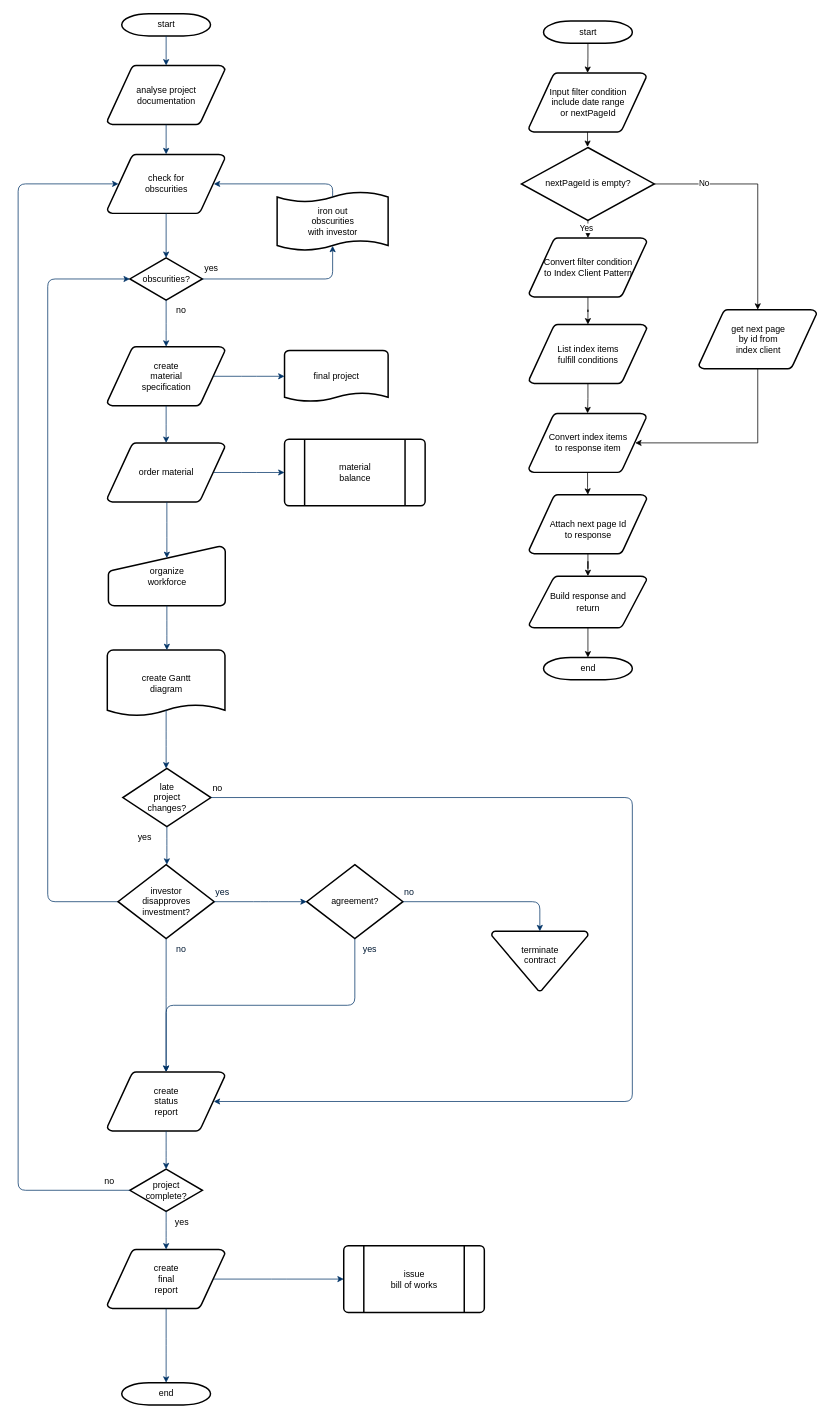
The draw.io diagram ListFeeTransaction.drawio in wang2gua/test, before the edit. Source tidied: cells renumbered, new cells numbered last; positions are measured from the earlier drawing's top-left corner, leaving out a move shared by most shapes. Both pictures are drawn from the tidied source at 74%, with x=0, y=0 at pixel (18, 13).
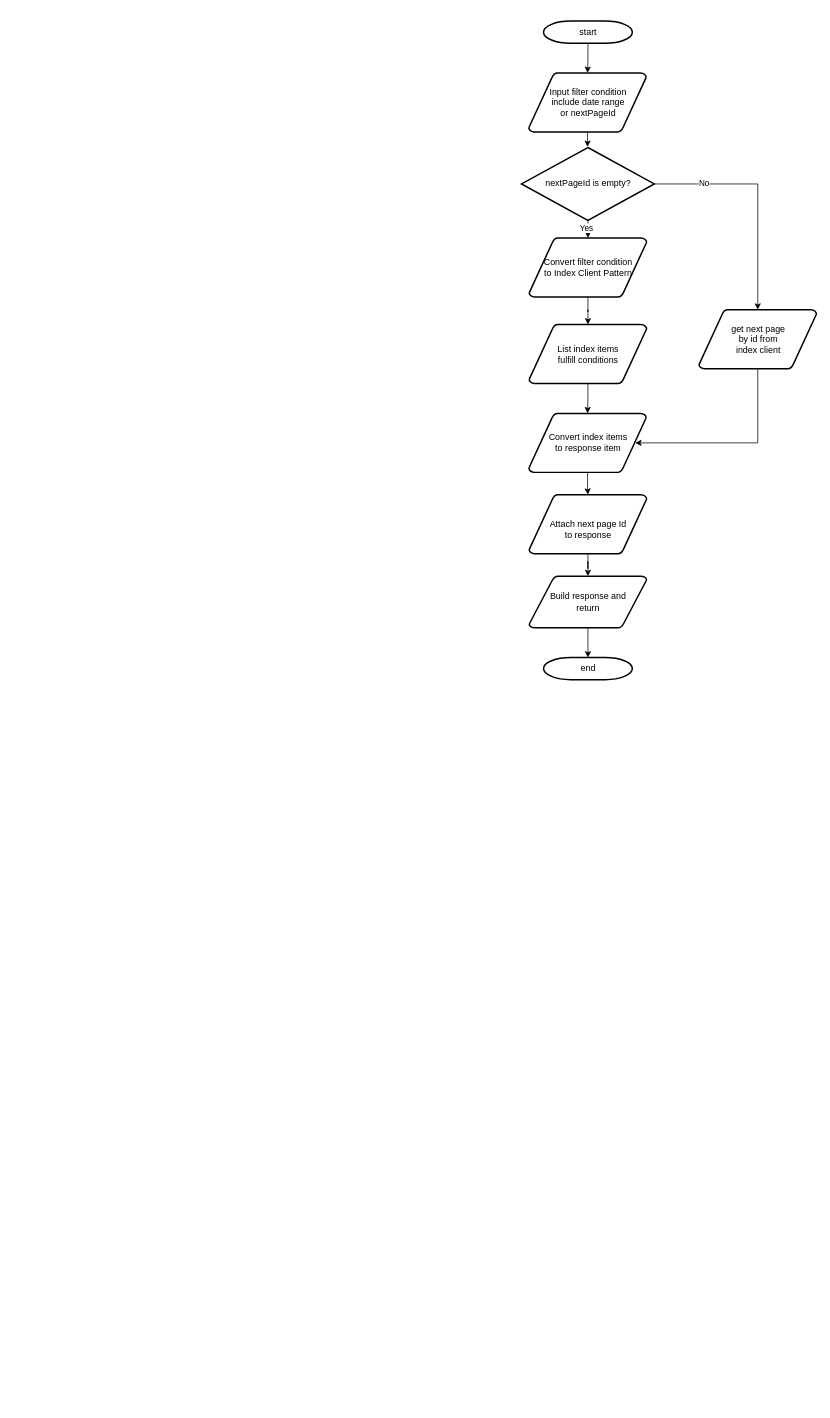
Above is the later version.

Change to the diagram source:
```diff
@@
-    <mxCell id="2" value="start" style="shape=mxgraph.flowchart.terminator;strokeWidth=2;gradientColor=none;gradientDirection=north;fontStyle=0;html=1;" parent="1" vertex="1">
-      <mxGeometry x="140" width="120" height="30" as="geometry" />
-    </mxCell>
-    <mxCell id="3" value="analyse project&#10; documentation" style="shape=mxgraph.flowchart.data;strokeWidth=2;gradientColor=none;gradientDirection=north;fontStyle=0;html=1;" parent="1" vertex="1">
-      <mxGeometry x="120.5" y="70" width="159" height="80" as="geometry" />
-    </mxCell>
-    <mxCell id="4" value="create&#10;material&#10;specification" style="shape=mxgraph.flowchart.data;strokeWidth=2;gradientColor=none;gradientDirection=north;fontStyle=0;html=1;" parent="1" vertex="1">
-      <mxGeometry x="120.5" y="450" width="159" height="80" as="geometry" />
-    </mxCell>
-    <mxCell id="5" value="check for&#10;obscurities" style="shape=mxgraph.flowchart.data;strokeWidth=2;gradientColor=none;gradientDirection=north;fontStyle=0;html=1;" parent="1" vertex="1">
-      <mxGeometry x="120.5" y="190" width="159" height="80" as="geometry" />
-    </mxCell>
-    <mxCell id="6" value="obscurities?" style="shape=mxgraph.flowchart.decision;strokeWidth=2;gradientColor=none;gradientDirection=north;fontStyle=0;html=1;" parent="1" vertex="1">
-      <mxGeometry x="151" y="330" width="98" height="57" as="geometry" />
-    </mxCell>
-    <mxCell id="7" style="fontStyle=1;strokeColor=#003366;strokeWidth=1;html=1;" parent="1" edge="1" source="2" target="3">
-      <mxGeometry relative="1" as="geometry" />
-    </mxCell>
-    <mxCell id="8" style="fontStyle=1;strokeColor=#003366;strokeWidth=1;html=1;" parent="1" edge="1" source="3" target="5">
-      <mxGeometry relative="1" as="geometry" />
-    </mxCell>
-    <mxCell id="9" style="entryX=0.5;entryY=0;entryPerimeter=0;fontStyle=1;strokeColor=#003366;strokeWidth=1;html=1;" parent="1" edge="1" source="5" target="6">
-      <mxGeometry relative="1" as="geometry" />
-    </mxCell>
-    <mxCell id="10" style="edgeStyle=elbowEdgeStyle;elbow=horizontal;entryX=0.5;entryY=0.91;entryPerimeter=0;exitX=1;exitY=0.5;exitPerimeter=0;fontStyle=1;strokeColor=#003366;strokeWidth=1;html=1;" parent="1" edge="1" source="6" target="51">
-      <mxGeometry x="381" y="28.5" as="geometry">
-        <Array as="points">
-          <mxPoint x="425" y="340" />
-        </Array>
-      </mxGeometry>
-    </mxCell>
-    <mxCell id="11" value="yes" style="text;fontStyle=0;html=1;strokeColor=none;gradientColor=none;fillColor=none;strokeWidth=2;" parent="1" vertex="1">
-      <mxGeometry x="250" y="330" width="40" height="26" as="geometry" />
-    </mxCell>
-    <mxCell id="12" style="edgeStyle=elbowEdgeStyle;elbow=horizontal;fontColor=#001933;fontStyle=1;strokeColor=#003366;strokeWidth=1;html=1;" parent="1" edge="1" source="6" target="4">
-      <mxGeometry as="geometry" />
-    </mxCell>
-    <mxCell id="13" value="order material" style="shape=mxgraph.flowchart.data;strokeWidth=2;gradientColor=none;gradientDirection=north;fontStyle=0;html=1;" parent="1" vertex="1">
-      <mxGeometry x="120.5" y="580" width="159" height="80" as="geometry" />
-    </mxCell>
-    <mxCell id="14" value="no" style="text;fontStyle=0;html=1;strokeColor=none;gradientColor=none;fillColor=none;strokeWidth=2;align=center;" parent="1" vertex="1">
-      <mxGeometry x="200" y="387" width="40" height="26" as="geometry" />
-    </mxCell>
-    <mxCell id="15" value="final project" style="shape=mxgraph.flowchart.document;strokeWidth=2;gradientColor=none;gradientDirection=north;fontStyle=0;html=1;" parent="1" vertex="1">
-      <mxGeometry x="360" y="455" width="140" height="70" as="geometry" />
-    </mxCell>
-    <mxCell id="16" style="edgeStyle=elbowEdgeStyle;elbow=horizontal;exitX=0.905;exitY=0.5;exitPerimeter=0;fontStyle=1;strokeColor=#003366;strokeWidth=1;html=1;" parent="1" edge="1" source="4" target="15">
-      <mxGeometry as="geometry" />
-    </mxCell>
-    <mxCell id="17" style="edgeStyle=elbowEdgeStyle;elbow=horizontal;fontStyle=1;strokeColor=#003366;strokeWidth=1;html=1;" parent="1" edge="1" source="4" target="13">
-      <mxGeometry as="geometry" />
-    </mxCell>
-    <mxCell id="18" value="material&#10;balance" style="shape=mxgraph.flowchart.predefined_process;strokeWidth=2;gradientColor=none;gradientDirection=north;fontStyle=0;html=1;" parent="1" vertex="1">
-      <mxGeometry x="360" y="575" width="190" height="90" as="geometry" />
-    </mxCell>
-    <mxCell id="19" style="edgeStyle=elbowEdgeStyle;elbow=horizontal;exitX=0.905;exitY=0.5;exitPerimeter=0;fontStyle=1;strokeColor=#003366;strokeWidth=1;html=1;" parent="1" edge="1" source="13" target="18">
-      <mxGeometry as="geometry" />
-    </mxCell>
-    <mxCell id="20" value="organize &#10;workforce" style="shape=mxgraph.flowchart.manual_input;strokeWidth=2;gradientColor=none;gradientDirection=north;fontStyle=0;html=1;" parent="1" vertex="1">
-      <mxGeometry x="122" y="720" width="158" height="80" as="geometry" />
-    </mxCell>
-    <mxCell id="21" style="edgeStyle=elbowEdgeStyle;elbow=horizontal;entryX=0.5;entryY=0.195;entryPerimeter=0;fontStyle=1;strokeColor=#003366;strokeWidth=1;html=1;" parent="1" edge="1" source="13" target="20">
-      <mxGeometry as="geometry" />
-    </mxCell>
-    <mxCell id="22" value="create Gantt&#10;diagram" style="shape=mxgraph.flowchart.document;strokeWidth=2;gradientColor=none;gradientDirection=north;fontStyle=0;html=1;" parent="1" vertex="1">
-      <mxGeometry x="120.5" y="860" width="159" height="90" as="geometry" />
-    </mxCell>
-    <mxCell id="23" style="edgeStyle=elbowEdgeStyle;elbow=horizontal;exitX=0.5;exitY=1;exitPerimeter=0;fontStyle=1;strokeColor=#003366;strokeWidth=1;html=1;" parent="1" edge="1" source="20" target="22">
-      <mxGeometry as="geometry" />
-    </mxCell>
-    <mxCell id="24" value="late&#10;project&#10;changes?" style="shape=mxgraph.flowchart.decision;strokeWidth=2;gradientColor=none;gradientDirection=north;fontStyle=0;html=1;" parent="1" vertex="1">
-      <mxGeometry x="141.5" y="1020" width="119" height="78.5" as="geometry" />
-    </mxCell>
-    <mxCell id="25" style="edgeStyle=elbowEdgeStyle;elbow=horizontal;exitX=0.5;exitY=0.9;exitPerimeter=0;fontStyle=1;strokeColor=#003366;strokeWidth=1;html=1;" parent="1" edge="1" source="22" target="24">
-      <mxGeometry as="geometry" />
-    </mxCell>
-    <mxCell id="26" style="edgeStyle=elbowEdgeStyle;elbow=horizontal;exitX=0;exitY=0.5;exitPerimeter=0;entryX=0;entryY=0.5;entryPerimeter=0;fontStyle=1;strokeColor=#003366;strokeWidth=1;html=1;" parent="1" edge="1" source="28" target="6">
-      <mxGeometry as="geometry">
-        <Array as="points">
-          <mxPoint x="40" y="790" />
-        </Array>
-      </mxGeometry>
-    </mxCell>
-    <mxCell id="27" value="yes" style="text;fontStyle=0;html=1;strokeColor=none;gradientColor=none;fillColor=none;strokeWidth=2;" parent="1" vertex="1">
-      <mxGeometry x="160" y="1098.5" width="40" height="26" as="geometry" />
-    </mxCell>
-    <mxCell id="28" value="investor&#10;disapproves&#10; investment?" style="shape=mxgraph.flowchart.decision;strokeWidth=2;gradientColor=none;gradientDirection=north;fontStyle=0;html=1;" parent="1" vertex="1">
-      <mxGeometry x="135" y="1150" width="130" height="100" as="geometry" />
-    </mxCell>
-    <mxCell id="29" value="agreement?" style="shape=mxgraph.flowchart.decision;strokeWidth=2;gradientColor=none;gradientDirection=north;fontStyle=0;html=1;" parent="1" vertex="1">
-      <mxGeometry x="390" y="1150" width="130" height="100" as="geometry" />
-    </mxCell>
-    <mxCell id="30" style="edgeStyle=elbowEdgeStyle;elbow=horizontal;exitX=0.5;exitY=1;exitPerimeter=0;fontStyle=1;strokeColor=#003366;strokeWidth=1;html=1;" parent="1" edge="1" source="24" target="28">
-      <mxGeometry as="geometry" />
-    </mxCell>
-    <mxCell id="31" style="edgeStyle=elbowEdgeStyle;elbow=horizontal;exitX=1;exitY=0.5;exitPerimeter=0;entryX=0;entryY=0.5;entryPerimeter=0;fontStyle=1;strokeColor=#003366;strokeWidth=1;html=1;" parent="1" edge="1" source="28" target="29">
-      <mxGeometry as="geometry" />
-    </mxCell>
-    <mxCell id="32" value="terminate&#10;contract&#10;" style="shape=mxgraph.flowchart.merge_or_storage;strokeWidth=2;gradientColor=none;gradientDirection=north;fontStyle=0;html=1;" parent="1" vertex="1">
-      <mxGeometry x="640" y="1240" width="130" height="80.5" as="geometry" />
-    </mxCell>
-    <mxCell id="33" style="edgeStyle=elbowEdgeStyle;elbow=vertical;exitX=1;exitY=0.5;exitPerimeter=0;entryX=0.5;entryY=0;entryPerimeter=0;fontStyle=1;strokeColor=#003366;strokeWidth=1;html=1;" parent="1" edge="1" source="29" target="32">
-      <mxGeometry as="geometry">
-        <Array as="points">
-          <mxPoint x="620" y="1200" />
-        </Array>
-      </mxGeometry>
-    </mxCell>
-    <mxCell id="34" value="create&#10;status&#10;report" style="shape=mxgraph.flowchart.data;strokeWidth=2;gradientColor=none;gradientDirection=north;fontStyle=0;html=1;" parent="1" vertex="1">
-      <mxGeometry x="120.5" y="1430" width="159" height="80" as="geometry" />
-    </mxCell>
-    <mxCell id="35" style="edgeStyle=elbowEdgeStyle;elbow=vertical;exitX=0.5;exitY=1;exitPerimeter=0;fontColor=#001933;fontStyle=1;strokeColor=#003366;strokeWidth=1;html=1;" parent="1" edge="1" source="28" target="34">
-      <mxGeometry as="geometry" />
-    </mxCell>
-    <mxCell id="36" style="edgeStyle=elbowEdgeStyle;elbow=vertical;exitX=0.5;exitY=1;exitPerimeter=0;entryX=0.5;entryY=0;entryPerimeter=0;fontStyle=1;strokeColor=#003366;strokeWidth=1;html=1;" parent="1" edge="1" source="29" target="34">
-      <mxGeometry as="geometry" />
-    </mxCell>
-    <mxCell id="37" value="project&#10;complete?" style="shape=mxgraph.flowchart.decision;strokeWidth=2;gradientColor=none;gradientDirection=north;fontStyle=0;html=1;" parent="1" vertex="1">
-      <mxGeometry x="151" y="1561.5" width="98" height="57" as="geometry" />
-    </mxCell>
-    <mxCell id="38" value="create&#10;final&#10;report" style="shape=mxgraph.flowchart.data;strokeWidth=2;gradientColor=none;gradientDirection=north;fontStyle=0;html=1;" parent="1" vertex="1">
-      <mxGeometry x="120.5" y="1670" width="159" height="80" as="geometry" />
-    </mxCell>
-    <mxCell id="39" value="issue&#10;bill of works" style="shape=mxgraph.flowchart.predefined_process;strokeWidth=2;gradientColor=none;gradientDirection=north;fontStyle=0;html=1;" parent="1" vertex="1">
-      <mxGeometry x="440" y="1665" width="190" height="90" as="geometry" />
-    </mxCell>
-    <mxCell id="40" value="end" style="shape=mxgraph.flowchart.terminator;strokeWidth=2;gradientColor=none;gradientDirection=north;fontStyle=0;html=1;" parent="1" vertex="1">
-      <mxGeometry x="140" y="1850" width="120" height="30" as="geometry" />
-    </mxCell>
-    <mxCell id="41" style="edgeStyle=elbowEdgeStyle;elbow=vertical;exitX=0.5;exitY=1;exitPerimeter=0;entryX=0.5;entryY=0;entryPerimeter=0;fontStyle=1;strokeColor=#003366;strokeWidth=1;html=1;" parent="1" edge="1" source="34" target="37">
-      <mxGeometry as="geometry" />
-    </mxCell>
-    <mxCell id="42" style="edgeStyle=elbowEdgeStyle;elbow=vertical;exitX=0.5;exitY=1;exitPerimeter=0;entryX=0.5;entryY=0;entryPerimeter=0;fontStyle=1;strokeColor=#003366;strokeWidth=1;html=1;" parent="1" edge="1" source="37" target="38">
-      <mxGeometry as="geometry" />
-    </mxCell>
-    <mxCell id="43" style="edgeStyle=elbowEdgeStyle;elbow=vertical;exitX=0.5;exitY=1;exitPerimeter=0;entryX=0.5;entryY=0;entryPerimeter=0;fontStyle=1;strokeColor=#003366;strokeWidth=1;html=1;" parent="1" edge="1" source="38" target="40">
-      <mxGeometry as="geometry" />
-    </mxCell>
-    <mxCell id="44" style="edgeStyle=elbowEdgeStyle;elbow=vertical;exitX=0.905;exitY=0.5;exitPerimeter=0;entryX=0;entryY=0.5;entryPerimeter=0;fontStyle=1;strokeColor=#003366;strokeWidth=1;html=1;" parent="1" edge="1" source="38" target="39">
-      <mxGeometry as="geometry" />
-    </mxCell>
-    <mxCell id="45" style="edgeStyle=elbowEdgeStyle;elbow=horizontal;exitX=1;exitY=0.5;exitPerimeter=0;entryX=0.905;entryY=0.5;entryPerimeter=0;fontStyle=1;strokeColor=#003366;strokeWidth=1;html=1;" parent="1" edge="1" source="24" target="34">
-      <mxGeometry as="geometry">
-        <Array as="points">
-          <mxPoint x="830" y="1260" />
-        </Array>
-      </mxGeometry>
-    </mxCell>
-    <mxCell id="46" value="no" style="text;fontStyle=0;html=1;strokeColor=none;gradientColor=none;fillColor=none;strokeWidth=2;" parent="1" vertex="1">
-      <mxGeometry x="260.5" y="1033.2" width="40" height="26" as="geometry" />
-    </mxCell>
-    <mxCell id="47" value="yes" style="text;fontColor=#001933;fontStyle=0;html=1;strokeColor=none;gradientColor=none;fillColor=none;strokeWidth=2;" parent="1" vertex="1">
-      <mxGeometry x="265" y="1174" width="40" height="26" as="geometry" />
-    </mxCell>
-    <mxCell id="48" value="no" style="text;fontColor=#001933;fontStyle=0;html=1;strokeColor=none;gradientColor=none;fillColor=none;strokeWidth=2;align=center;" parent="1" vertex="1">
-      <mxGeometry x="200" y="1250" width="40" height="26" as="geometry" />
-    </mxCell>
-    <mxCell id="49" value="yes" style="text;fontColor=#001933;fontStyle=0;html=1;strokeColor=none;gradientColor=none;fillColor=none;strokeWidth=2;align=center;" parent="1" vertex="1">
-      <mxGeometry x="455" y="1250" width="40" height="26" as="geometry" />
-    </mxCell>
-    <mxCell id="50" value="no" style="text;fontColor=#001933;fontStyle=0;html=1;strokeColor=none;gradientColor=none;fillColor=none;strokeWidth=2;" parent="1" vertex="1">
-      <mxGeometry x="520" y="1174" width="40" height="26" as="geometry" />
-    </mxCell>
-    <mxCell id="51" value="iron out&#10;obscurities &#10;with investor" style="shape=mxgraph.flowchart.paper_tape;strokeWidth=2;gradientColor=none;gradientDirection=north;fontStyle=0;html=1;" parent="1" vertex="1">
-      <mxGeometry x="350" y="240" width="150" height="81" as="geometry" />
-    </mxCell>
-    <mxCell id="52" style="edgeStyle=elbowEdgeStyle;elbow=horizontal;exitX=0.5;exitY=0.09;exitPerimeter=0;entryX=0.905;entryY=0.5;entryPerimeter=0;fontStyle=1;strokeColor=#003366;strokeWidth=1;html=1;" parent="1" edge="1" source="51" target="5">
-      <mxGeometry as="geometry">
-        <Array as="points">
-          <mxPoint x="425" y="240" />
-        </Array>
-      </mxGeometry>
-    </mxCell>
-    <mxCell id="53" value="yes" style="text;fontStyle=0;html=1;strokeColor=none;gradientColor=none;fillColor=none;strokeWidth=2;align=center;" parent="1" vertex="1">
-      <mxGeometry x="201" y="1620" width="40" height="26" as="geometry" />
-    </mxCell>
-    <mxCell id="54" style="edgeStyle=elbowEdgeStyle;elbow=horizontal;exitX=0;exitY=0.5;exitPerimeter=0;entryX=0.095;entryY=0.5;entryPerimeter=0;fontStyle=1;strokeColor=#003366;strokeWidth=1;html=1;" parent="1" edge="1" source="37" target="5">
-      <mxGeometry as="geometry">
-        <Array as="points">
-          <mxPoint y="910" />
-        </Array>
-      </mxGeometry>
-    </mxCell>
-    <mxCell id="55" value="no" style="text;fontStyle=0;html=1;strokeColor=none;gradientColor=none;fillColor=none;strokeWidth=2;" parent="1" vertex="1">
-      <mxGeometry x="115" y="1564" width="40" height="26" as="geometry" />
-    </mxCell>
```
